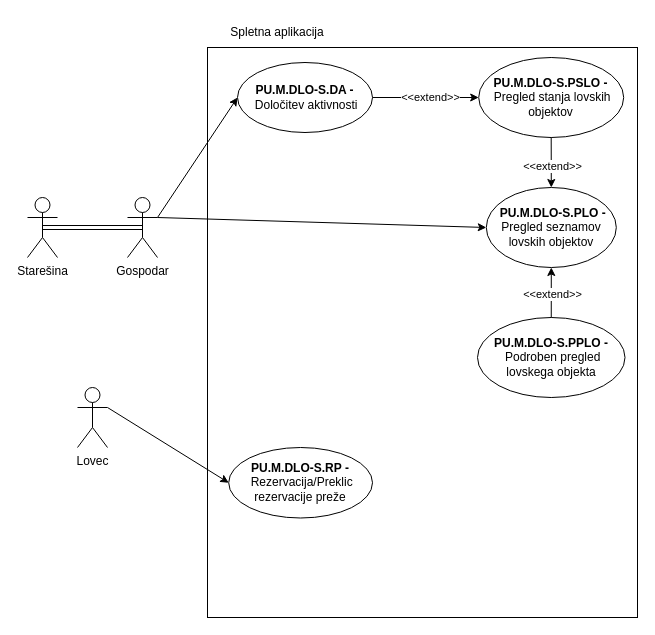
Earlier version of the draw.io diagram Delo z lovskimi objekti-Spletna aplikacija.drawio (ErnestISv/Lovstvo). Source tidied: cells renumbered, new cells numbered last; positions are measured from the earlier drawing's top-left corner, leaving out a move shared by most shapes. Both pictures are drawn from the tidied source at 100%, with x=0, y=0 at pixel (27, 17).
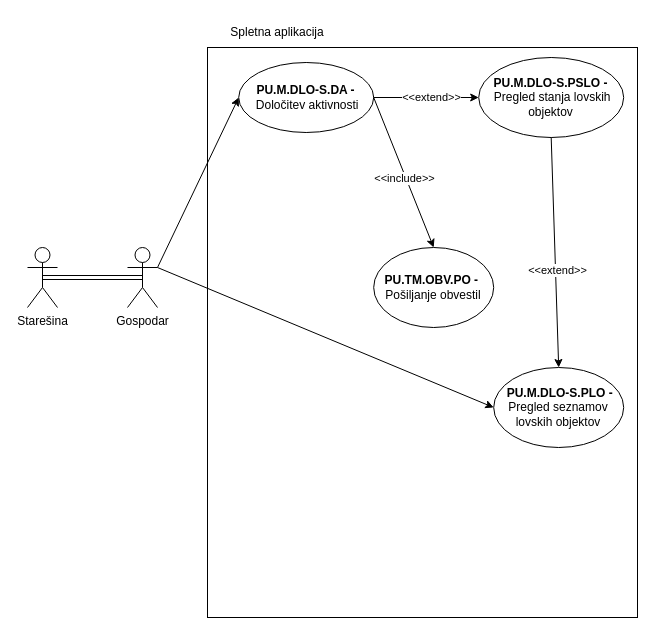
The same page after the edit.

The edit, as a diff of the source:
```diff
@@
     <mxCell id="4" value="&amp;nbsp;&lt;b&gt;PU.M.DLO-S.PLO -&lt;/b&gt; Pregled seznamov lovskih objektov" style="ellipse;whiteSpace=wrap;html=1;" parent="1" vertex="1">
-      <mxGeometry x="458.8" y="170" width="130" height="80" as="geometry" />
+      <mxGeometry x="466.2" y="350" width="130" height="80" as="geometry" />
     </mxCell>
@@
     <mxCell id="6" value="&lt;b&gt;PU.M.DLO-S.DA -&lt;/b&gt;&amp;nbsp;Določitev aktivnosti" style="ellipse;whiteSpace=wrap;html=1;" parent="1" vertex="1">
-      <mxGeometry x="210" y="45" width="135" height="70" as="geometry" />
+      <mxGeometry x="211.2" y="45" width="135" height="70" as="geometry" />
     </mxCell>
-    <mxCell id="7" value="&lt;b&gt;PU.M.DLO-S.RP -&lt;/b&gt;&amp;nbsp;Rezervacija/Preklic rezervacije preže" style="ellipse;whiteSpace=wrap;html=1;" parent="1" vertex="1">
-      <mxGeometry x="201.2" y="430" width="143.8" height="70.5" as="geometry" />
-    </mxCell>
-    <mxCell id="8" value="&lt;b&gt;PU.M.DLO-S.PPLO -&lt;/b&gt;&amp;nbsp;Podroben pregled lovskega objekta" style="ellipse;whiteSpace=wrap;html=1;" parent="1" vertex="1">
-      <mxGeometry x="450" y="300" width="147.5" height="80" as="geometry" />
-    </mxCell>
     <mxCell id="9" value="Starešina" style="shape=umlActor;verticalLabelPosition=bottom;verticalAlign=top;html=1;outlineConnect=0;" parent="1" vertex="1">
-      <mxGeometry y="180" width="30" height="60" as="geometry" />
+      <mxGeometry y="230" width="30" height="60" as="geometry" />
     </mxCell>
     <mxCell id="10" value="Gospodar" style="shape=umlActor;verticalLabelPosition=bottom;verticalAlign=top;html=1;outlineConnect=0;" parent="1" vertex="1">
-      <mxGeometry x="100" y="180" width="30" height="60" as="geometry" />
+      <mxGeometry x="100" y="230" width="30" height="60" as="geometry" />
     </mxCell>
-    <mxCell id="11" value="Lovec" style="shape=umlActor;verticalLabelPosition=bottom;verticalAlign=top;html=1;outlineConnect=0;" parent="1" vertex="1">
-      <mxGeometry x="50" y="370" width="30" height="60" as="geometry" />
-    </mxCell>
@@
-    <mxCell id="15" style="endArrow=classic;html=1;rounded=0;exitX=1;exitY=0.3333333333333333;exitDx=0;exitDy=0;exitPerimeter=0;entryX=0;entryY=0.5;entryDx=0;entryDy=0;" parent="1" edge="1" source="11" target="7">
-      <mxGeometry relative="1" as="geometry" />
-    </mxCell>
-    <mxCell id="16" style="endArrow=classic;html=1;rounded=0;entryX=0.5;entryY=1;entryDx=0;entryDy=0;exitX=0.5;exitY=0;exitDx=0;exitDy=0;" parent="1" edge="1" source="8" target="4">
-      <mxGeometry relative="1" as="geometry" />
-    </mxCell>
-    <mxCell id="17" value="&amp;lt;&amp;lt;extend&amp;gt;&amp;gt;" style="edgeLabel;html=1;align=center;verticalAlign=middle;" parent="16" vertex="1">
-      <mxGeometry x="-0.04" y="-1" relative="1" as="geometry" />
-    </mxCell>
@@
+    <mxCell id="22" value="&lt;b&gt;PU.TM.OBV.PO -&amp;nbsp;&lt;/b&gt;&lt;div&gt;Pošiljanje obvestil&lt;/div&gt;" style="ellipse;whiteSpace=wrap;html=1;" parent="1" vertex="1">
+      <mxGeometry x="346.2" y="230" width="120" height="80" as="geometry" />
+    </mxCell>
+    <mxCell id="23" style="endArrow=classic;html=1;rounded=0;exitX=1;exitY=0.5;exitDx=0;exitDy=0;entryX=0.5;entryY=0;entryDx=0;entryDy=0;" parent="1" edge="1" source="6" target="22">
+      <mxGeometry relative="1" as="geometry" />
+    </mxCell>
+    <mxCell id="24" value="&amp;lt;&amp;lt;include&amp;gt;&amp;gt;" style="edgeLabel;html=1;align=center;verticalAlign=middle;" parent="23" vertex="1">
+      <mxGeometry x="0.07" y="-2" relative="1" as="geometry" />
+    </mxCell>
```
